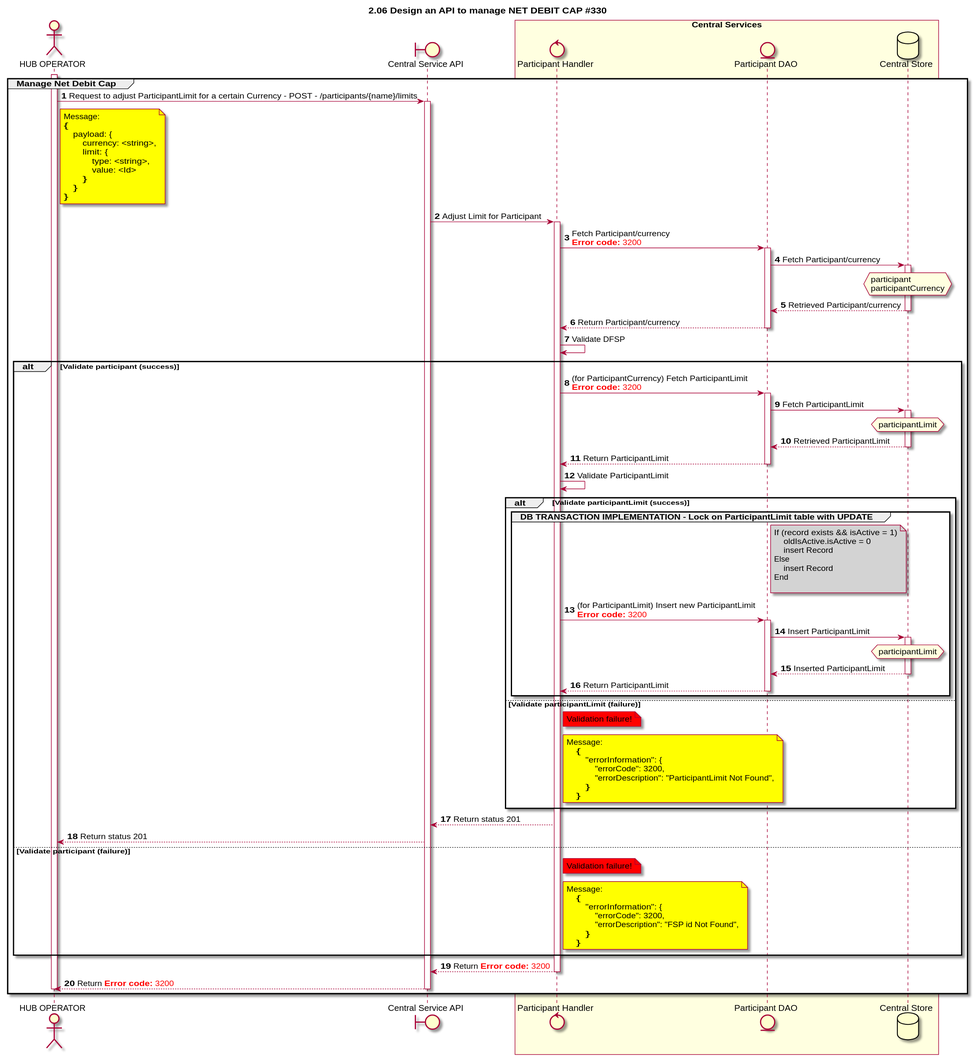
This is CentralServices/seq_diagrams/participant/seq-manage-participant-limit-1.1.0.svg from almatari1/docs-1, a PlantUML export, as it was before one commit. Source of this version:
```plantuml
@startuml
title 2.06 Design an API to manage NET DEBIT CAP #330

autonumber

actor "HUB OPERATOR" as OPERATOR
boundary "Central Service API" as CSAPI
control "Participant Handler" as PARTICIPANT_HANDLER
entity "Central Service API" as CSAPI
entity "Participant DAO" as PARTICIPANT_DAO
database "Central Store" as DB

box "Central Services" #LightYellow
participant PARTICIPANT_HANDLER
participant PARTICIPANT_DAO
participant DB
end box


activate OPERATOR
group Manage Net Debit Cap
    OPERATOR -> CSAPI: Request to adjust ParticipantLimit for a certain Currency - POST - /participants/{name}/limits
    note right of OPERATOR #yellow
        Message:
        {
            payload: {
                currency: <string>,
                limit: {
                    type: <string>,
                    value: <Id>
                }
            }
        }
    end note

    activate CSAPI
    CSAPI -> PARTICIPANT_HANDLER: Adjust Limit for Participant
    activate PARTICIPANT_HANDLER
    PARTICIPANT_HANDLER ->PARTICIPANT_DAO: Fetch Participant/currency \n<color #FF0000><b>Error code:</b> 3200</color>
    activate PARTICIPANT_DAO
    PARTICIPANT_DAO -> DB: Fetch Participant/currency
    activate DB
    hnote over DB #lightyellow
        participant
        participantCurrency
    end note
    DB --> PARTICIPANT_DAO: Retrieved Participant/currency
    deactivate DB
    PARTICIPANT_DAO --> PARTICIPANT_HANDLER: Return Participant/currency
    deactivate PARTICIPANT_DAO
    PARTICIPANT_HANDLER -> PARTICIPANT_HANDLER: Validate DFSP
    alt Validate participant (success)
                PARTICIPANT_HANDLER ->PARTICIPANT_DAO:  (for ParticipantCurrency) Fetch ParticipantLimit \n<color #FF0000><b>Error code:</b> 3200</color>
                activate PARTICIPANT_DAO
                PARTICIPANT_DAO -> DB: Fetch ParticipantLimit
                activate DB
                hnote over DB #lightyellow
                    participantLimit
                end note
                DB --> PARTICIPANT_DAO: Retrieved ParticipantLimit
                deactivate DB
                PARTICIPANT_DAO --> PARTICIPANT_HANDLER: Return ParticipantLimit
                deactivate PARTICIPANT_DAO
                PARTICIPANT_HANDLER -> PARTICIPANT_HANDLER: Validate ParticipantLimit
                alt Validate participantLimit (success)
                    Group DB TRANSACTION IMPLEMENTATION - Lock on ParticipantLimit table with UPDATE
                    note right of PARTICIPANT_DAO #lightgrey
                        If (record exists && isActive = 1)
                            oldIsActive.isActive = 0
                            insert Record
                        Else
                            insert Record
                        End

                    end note

                    PARTICIPANT_HANDLER ->PARTICIPANT_DAO:  (for ParticipantLimit) Insert new ParticipantLimit \n<color #FF0000><b>Error code:</b> 3200</color>

                    activate PARTICIPANT_DAO

                    PARTICIPANT_DAO -> DB: Insert ParticipantLimit
                    activate DB
                    hnote over DB #lightyellow
                        participantLimit
                    end note
                    DB --> PARTICIPANT_DAO: Inserted ParticipantLimit
                    deactivate DB
                    PARTICIPANT_DAO --> PARTICIPANT_HANDLER: Return ParticipantLimit


                    deactivate PARTICIPANT_DAO
                End

         else Validate participantLimit (failure)
                    note right of PARTICIPANT_HANDLER #red: Validation failure!

                    note right of PARTICIPANT_HANDLER #yellow
                        Message:
                            {
                                "errorInformation": {
                                    "errorCode": 3200,
                                    "errorDescription": "ParticipantLimit Not Found",
                                }
                            }
                    end note
                end
            PARTICIPANT_HANDLER --> CSAPI: Return status 201
            CSAPI --> OPERATOR: Return status 201

    else Validate participant (failure)
        note right of PARTICIPANT_HANDLER #red: Validation failure!

        note right of PARTICIPANT_HANDLER #yellow
            Message:
                {
                    "errorInformation": {
                        "errorCode": 3200,
                        "errorDescription": "FSP id Not Found",
                    }
                }
        end note

    end
        PARTICIPANT_HANDLER -->CSAPI: Return <color #FF0000><b>Error code:</b> 3200</color>
        deactivate PARTICIPANT_HANDLER
        CSAPI -->OPERATOR: Return <color #FF0000><b>Error code:</b> 3200</color>

    deactivate PARTICIPANT_HANDLER
    deactivate CSAPI
    deactivate OPERATOR
end
@enduml
```
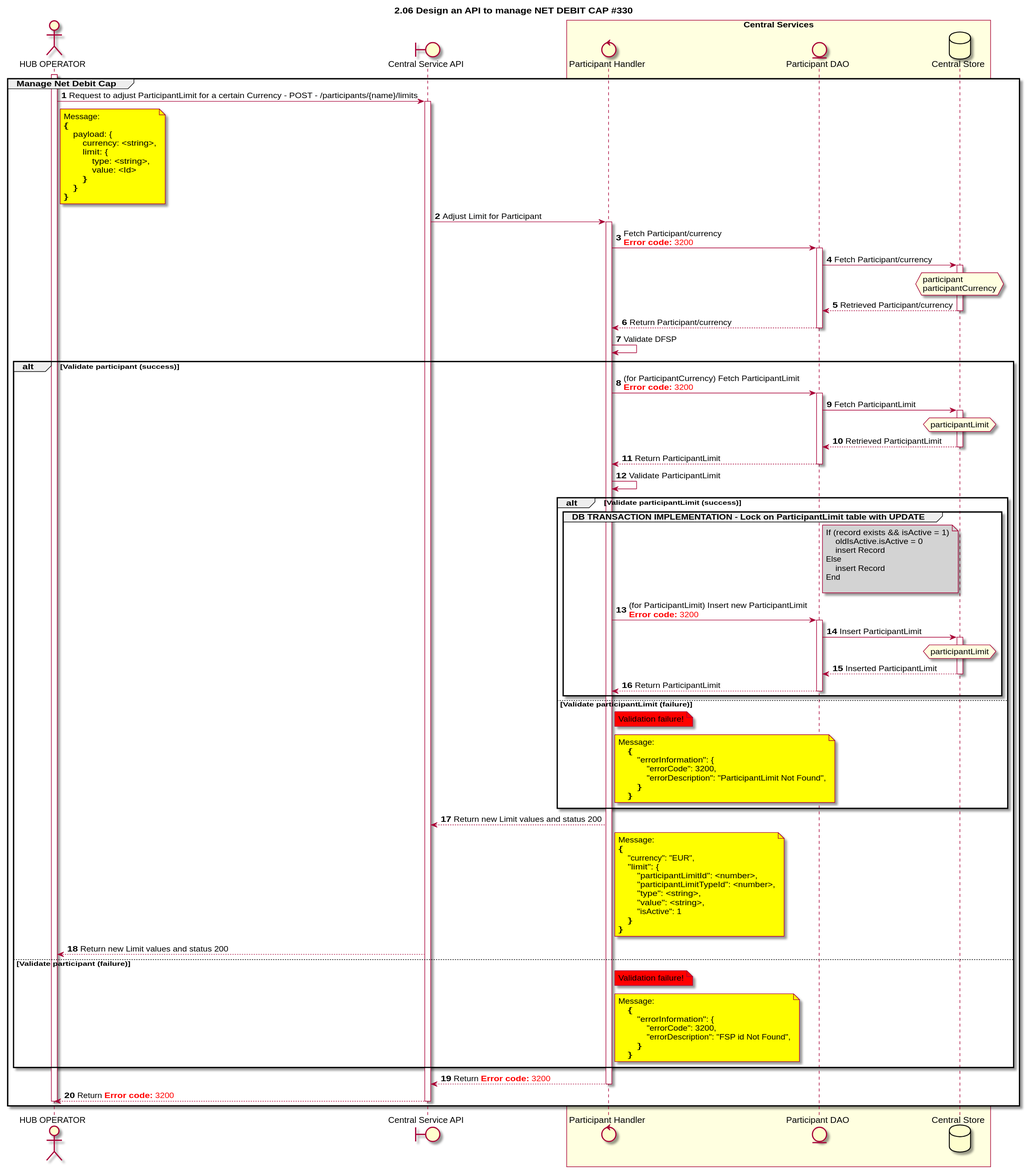
Above is the later version.

Commit message:
added the return object for post

Change to the diagram source:
```diff
@@ -104,8 +104,21 @@
                             }
                     end note
                 end
-            PARTICIPANT_HANDLER --> CSAPI: Return status 201
-            CSAPI --> OPERATOR: Return status 201
+            PARTICIPANT_HANDLER --> CSAPI: Return new Limit values and status 200
+                note right of PARTICIPANT_HANDLER #yellow
+                    Message:
+                    {
+                        "currency": "EUR",
+                        "limit": {
+                            "participantLimitId": <number>,
+                            "participantLimitTypeId": <number>,
+                            "type": <string>,
+                            "value": <string>,
+                            "isActive": 1
+                        }
+                    }
+                end note
+            CSAPI --> OPERATOR: Return new Limit values and status 200
 
     else Validate participant (failure)
         note right of PARTICIPANT_HANDLER #red: Validation failure!
```
